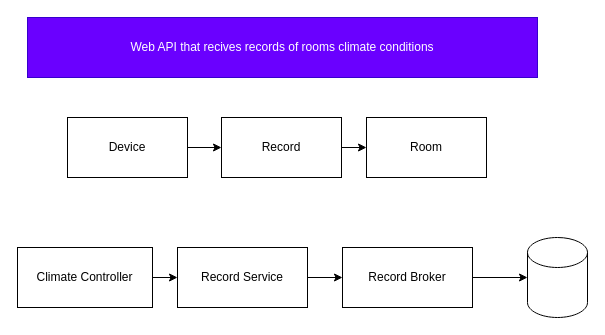
Above: RoomClimateRecordDesign.drawio in joserossini/RoomClimateRecord (draw.io), before the change. Source tidied: cells renumbered, new cells numbered last; positions are measured from the earlier drawing's top-left corner, leaving out a move shared by most shapes. Both pictures are drawn from the tidied source at 100%, with x=0, y=0 at pixel (17, 17).
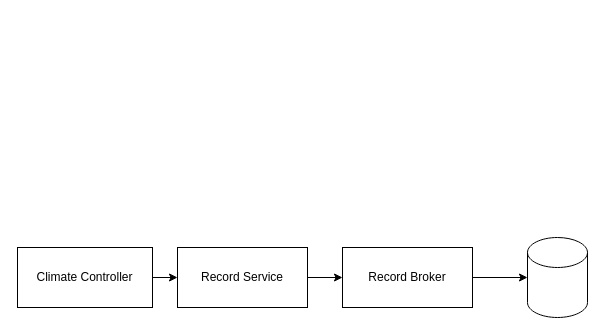
Above is the later version.

What changed in the source:
```diff
@@
 <mxGraphModel>
   <root>
     <mxCell id="0" />
     <mxCell id="1" parent="0" />
-    <mxCell id="2" value="Web API that recives records of rooms climate conditions" style="rounded=0;whiteSpace=wrap;html=1;fillColor=#6a00ff;fontColor=#ffffff;strokeColor=#3700CC;" parent="1" vertex="1">
-      <mxGeometry x="10" width="510" height="60" as="geometry" />
-    </mxCell>
-    <mxCell id="3" style="edgeStyle=orthogonalEdgeStyle;rounded=0;jettySize=auto;html=1;entryX=0;entryY=0.5;entryDx=0;entryDy=0;" parent="1" edge="1" source="4" target="6">
-      <mxGeometry relative="1" as="geometry" />
-    </mxCell>
-    <mxCell id="4" value="Device" style="rounded=0;whiteSpace=wrap;html=1;" parent="1" vertex="1">
-      <mxGeometry x="50" y="100" width="120" height="60" as="geometry" />
-    </mxCell>
-    <mxCell id="5" style="edgeStyle=orthogonalEdgeStyle;rounded=0;jettySize=auto;html=1;exitX=1;exitY=0.5;exitDx=0;exitDy=0;entryX=0;entryY=0.5;entryDx=0;entryDy=0;" parent="1" edge="1" source="6" target="7">
-      <mxGeometry relative="1" as="geometry" />
-    </mxCell>
-    <mxCell id="6" value="Record" style="rounded=0;whiteSpace=wrap;html=1;" parent="1" vertex="1">
-      <mxGeometry x="204" y="100" width="120" height="60" as="geometry" />
-    </mxCell>
-    <mxCell id="7" value="Room" style="rounded=0;whiteSpace=wrap;html=1;" parent="1" vertex="1">
-      <mxGeometry x="349" y="100" width="120" height="60" as="geometry" />
-    </mxCell>
     <mxCell id="8" value="&lt;br&gt;" style="shape=cylinder3;whiteSpace=wrap;html=1;boundedLbl=1;backgroundOutline=1;size=15;" parent="1" vertex="1">
       <mxGeometry x="510" y="220" width="60" height="80" as="geometry" />
     </mxCell>
     <mxCell id="9" style="edgeStyle=orthogonalEdgeStyle;rounded=0;jettySize=auto;html=1;" parent="1" edge="1" source="10" target="8">
       <mxGeometry relative="1" as="geometry" />
     </mxCell>
     <mxCell id="10" value="Record Broker" style="rounded=0;whiteSpace=wrap;html=1;" parent="1" vertex="1">
       <mxGeometry x="325" y="230" width="130" height="60" as="geometry" />
     </mxCell>
     <mxCell id="11" style="edgeStyle=orthogonalEdgeStyle;rounded=0;jettySize=auto;html=1;entryX=0;entryY=0.5;entryDx=0;entryDy=0;" parent="1" edge="1" source="12" target="15">
       <mxGeometry relative="1" as="geometry" />
     </mxCell>
     <mxCell id="12" value="Climate Controller" style="rounded=0;whiteSpace=wrap;html=1;" parent="1" vertex="1">
       <mxGeometry y="230" width="135" height="60" as="geometry" />
     </mxCell>
     <mxCell id="13" style="edgeStyle=orthogonalEdgeStyle;rounded=0;orthogonalLoop=1;jettySize=auto;html=1;" parent="1" edge="1">
       <mxGeometry relative="1" as="geometry">
-        <mxPoint x="380" y="320" as="sourcePoint" />
+        <mxPoint x="380" y="350" as="sourcePoint" />
       </mxGeometry>
     </mxCell>
     <mxCell id="14" style="edgeStyle=orthogonalEdgeStyle;rounded=0;jettySize=auto;html=1;entryX=0;entryY=0.5;entryDx=0;entryDy=0;" parent="1" edge="1" source="15" target="10">
       <mxGeometry relative="1" as="geometry" />
     </mxCell>
     <mxCell id="15" value="Record Service" style="rounded=0;whiteSpace=wrap;html=1;" parent="1" vertex="1">
       <mxGeometry x="160" y="230" width="130" height="60" as="geometry" />
     </mxCell>
     <mxCell id="16" style="edgeStyle=orthogonalEdgeStyle;rounded=0;orthogonalLoop=1;jettySize=auto;html=1;" parent="1" edge="1">
       <mxGeometry relative="1" as="geometry">
-        <mxPoint x="415" y="390" as="targetPoint" />
+        <mxPoint x="415" y="420" as="targetPoint" />
       </mxGeometry>
     </mxCell>
   </root>
 </mxGraphModel>
```
